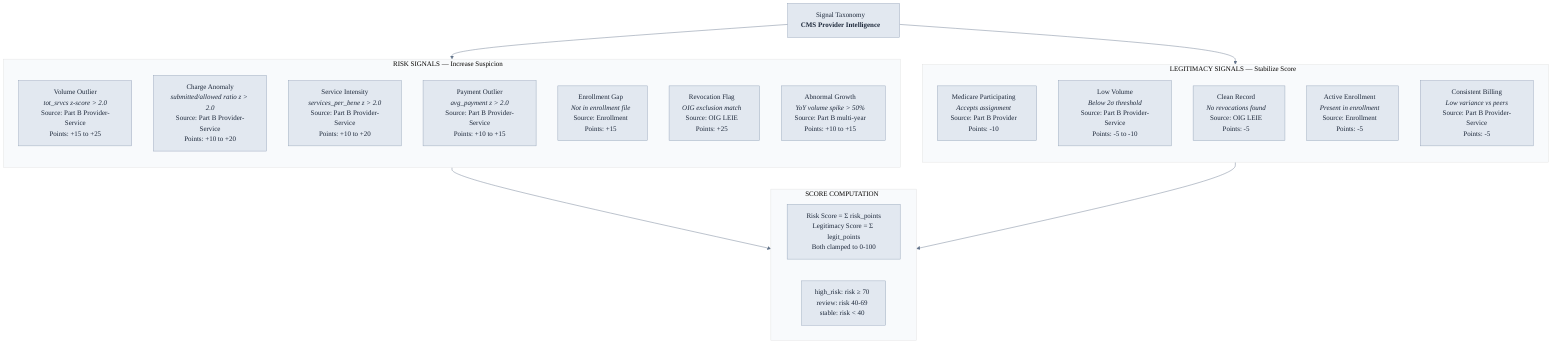
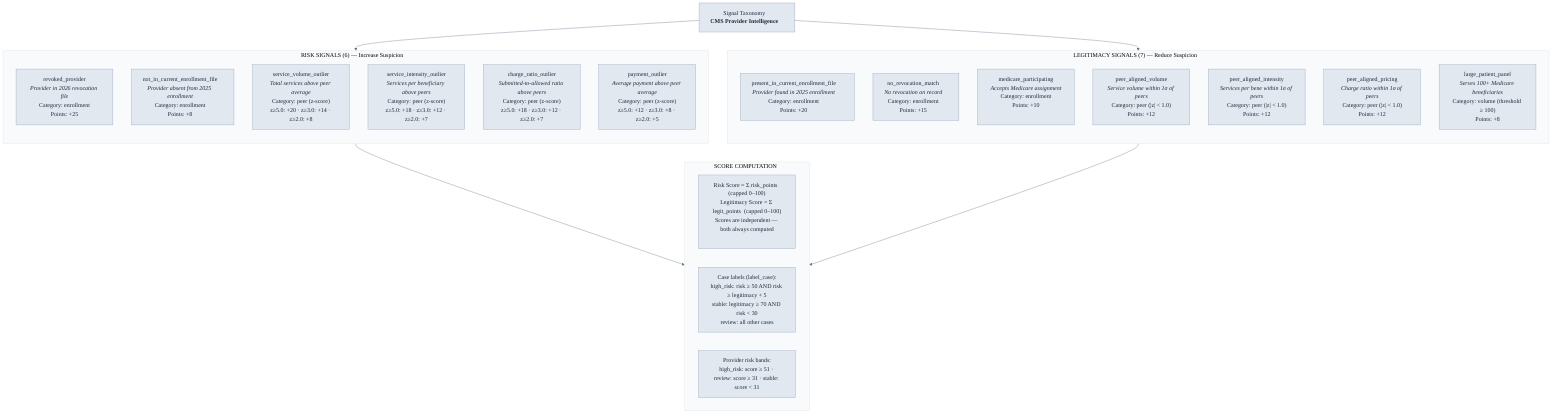
%%{init: {'theme': 'base', 'themeVariables': {'primaryColor': '#e2e8f0', 'primaryTextColor': '#1e293b', 'primaryBorderColor': '#94a3b8', 'lineColor': '#64748b', 'secondaryColor': '#f1f5f9', 'tertiaryColor': '#f8fafc', 'fontFamily': 'Inter, system-ui, sans-serif'}}}%%

graph TB
    ROOT["Signal Taxonomy<br/><b>CMS Provider Intelligence</b>"]

-     subgraph RISK["RISK SIGNALS — Increase Suspicion"]
+     subgraph RISK["RISK SIGNALS (6) — Increase Suspicion"]
        direction TB
-         R1["Volume Outlier<br/><i>tot_srvcs z-score > 2.0</i><br/>Source: Part B Provider-Service<br/>Points: +15 to +25"]
-         R2["Charge Anomaly<br/><i>submitted/allowed ratio z > 2.0</i><br/>Source: Part B Provider-Service<br/>Points: +10 to +20"]
-         R3["Service Intensity<br/><i>services_per_bene z > 2.0</i><br/>Source: Part B Provider-Service<br/>Points: +10 to +20"]
-         R4["Payment Outlier<br/><i>avg_payment z > 2.0</i><br/>Source: Part B Provider-Service<br/>Points: +10 to +15"]
-         R5["Enrollment Gap<br/><i>Not in enrollment file</i><br/>Source: Enrollment<br/>Points: +15"]
-         R6["Revocation Flag<br/><i>OIG exclusion match</i><br/>Source: OIG LEIE<br/>Points: +25"]
-         R7["Abnormal Growth<br/><i>YoY volume spike > 50%</i><br/>Source: Part B multi-year<br/>Points: +10 to +15"]
+         R1["revoked_provider<br/><i>Provider in 2026 revocation file</i><br/>Category: enrollment<br/>Points: +25"]
+         R2["not_in_current_enrollment_file<br/><i>Provider absent from 2025 enrollment</i><br/>Category: enrollment<br/>Points: +8"]
+         R3["service_volume_outlier<br/><i>Total services above peer average</i><br/>Category: peer (z-score)<br/>z≥5.0: +20 · z≥3.0: +14 · z≥2.0: +8"]
+         R4["service_intensity_outlier<br/><i>Services per beneficiary above peers</i><br/>Category: peer (z-score)<br/>z≥5.0: +18 · z≥3.0: +12 · z≥2.0: +7"]
+         R5["charge_ratio_outlier<br/><i>Submitted-to-allowed ratio above peers</i><br/>Category: peer (z-score)<br/>z≥5.0: +18 · z≥3.0: +12 · z≥2.0: +7"]
+         R6["payment_outlier<br/><i>Average payment above peer average</i><br/>Category: peer (z-score)<br/>z≥5.0: +12 · z≥3.0: +8 · z≥2.0: +5"]
    end

-     subgraph LEGIT["LEGITIMACY SIGNALS — Stabilize Score"]
+     subgraph LEGIT["LEGITIMACY SIGNALS (7) — Reduce Suspicion"]
        direction TB
-         L1["Medicare Participating<br/><i>Accepts assignment</i><br/>Source: Part B Provider<br/>Points: -10"]
-         L2["Low Volume<br/><i>Below 2σ threshold</i><br/>Source: Part B Provider-Service<br/>Points: -5 to -10"]
-         L3["Clean Record<br/><i>No revocations found</i><br/>Source: OIG LEIE<br/>Points: -5"]
-         L4["Active Enrollment<br/><i>Present in enrollment</i><br/>Source: Enrollment<br/>Points: -5"]
-         L5["Consistent Billing<br/><i>Low variance vs peers</i><br/>Source: Part B Provider-Service<br/>Points: -5"]
+         L1["present_in_current_enrollment_file<br/><i>Provider found in 2025 enrollment</i><br/>Category: enrollment<br/>Points: +20"]
+         L2["no_revocation_match<br/><i>No revocation on record</i><br/>Category: enrollment<br/>Points: +15"]
+         L3["medicare_participating<br/><i>Accepts Medicare assignment</i><br/>Category: enrollment<br/>Points: +10"]
+         L4["peer_aligned_volume<br/><i>Service volume within 1σ of peers</i><br/>Category: peer (|z| &lt; 1.0)<br/>Points: +12"]
+         L5["peer_aligned_intensity<br/><i>Services per bene within 1σ of peers</i><br/>Category: peer (|z| &lt; 1.0)<br/>Points: +12"]
+         L6["peer_aligned_pricing<br/><i>Charge ratio within 1σ of peers</i><br/>Category: peer (|z| &lt; 1.0)<br/>Points: +12"]
+         L7["large_patient_panel<br/><i>Serves 100+ Medicare beneficiaries</i><br/>Category: volume (threshold ≥ 100)<br/>Points: +8"]
    end

    subgraph SCORING["SCORE COMPUTATION"]
-         FORMULA["Risk Score = Σ risk_points<br/>Legitimacy Score = Σ legit_points<br/>Both clamped to 0-100"]
-         LABELS["high_risk: risk ≥ 70<br/>review: risk 40-69<br/>stable: risk < 40"]
+         FORMULA["Risk Score = Σ risk_points  (capped 0–100)<br/>Legitimacy Score = Σ legit_points  (capped 0–100)<br/>Scores are independent — both always computed"]
+         LABELS["Case labels (label_case):<br/>high_risk: risk ≥ 50 AND risk ≥ legitimacy + 5<br/>stable: legitimacy ≥ 70 AND risk &lt; 30<br/>review: all other cases"]
+         BANDS["Provider risk bands:<br/>high_risk: score ≥ 51 · review: score ≥ 31 · stable: score &lt; 31"]
    end

    ROOT --> RISK
    ROOT --> LEGIT
    RISK --> SCORING
    LEGIT --> SCORING
